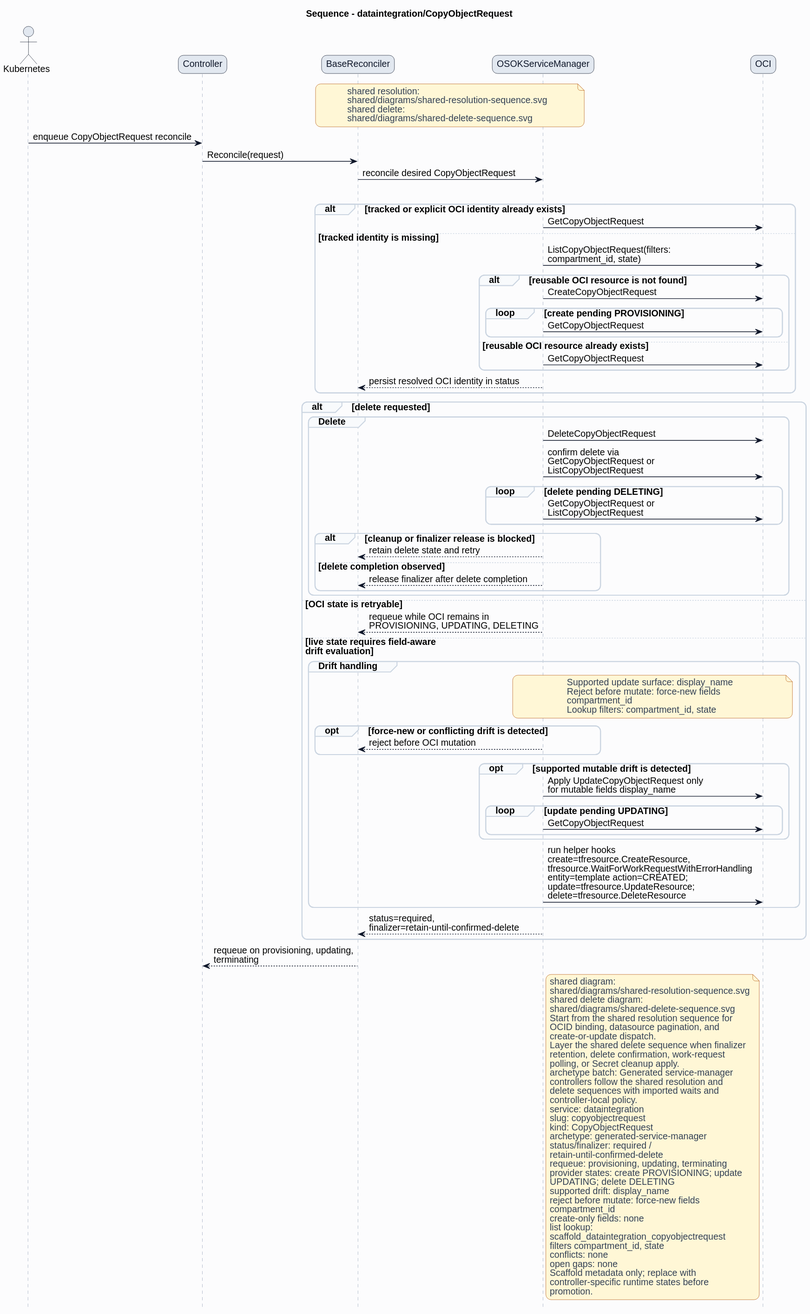
Above: formal/controllers/dataintegration/copyobjectrequest/diagrams/sequence.svg in HaoyL666/oci-service-operator (PlantUML), before the change. Its diagram source:
```plantuml
@startuml
skinparam shadowing false
skinparam backgroundColor #fcfcfd
skinparam defaultFontName Helvetica
skinparam defaultFontSize 14
skinparam arrowColor #0f172a
skinparam noteBackgroundColor #fff7d6
skinparam noteBorderColor #b45309
skinparam noteFontColor #334155
skinparam roundcorner 16
title Sequence - dataintegration/CopyObjectRequest
hide footbox
skinparam sequence {
  actorBorderColor #0f172a
  actorBackgroundColor #e2e8f0
  participantBorderColor #0f172a
  participantBackgroundColor #e2e8f0
  participantFontColor #0f172a
  lifeLineBorderColor #94a3b8
  groupBorderColor #cbd5e1
  groupBackgroundColor #f8fafc
}
actor Kubernetes
participant Controller
participant BaseReconciler
participant "OSOKServiceManager" as ServiceManager
participant OCI
note over BaseReconciler,ServiceManager
shared resolution:
shared/diagrams/shared-resolution-sequence.svg
shared delete:
shared/diagrams/shared-delete-sequence.svg
end note
Kubernetes -> Controller: enqueue CopyObjectRequest reconcile
Controller -> BaseReconciler: Reconcile(request)
BaseReconciler -> ServiceManager: reconcile desired CopyObjectRequest
group Lookup and bind
alt tracked or explicit OCI identity already exists
ServiceManager -> OCI: GetCopyObjectRequest
else tracked identity is missing
ServiceManager -> OCI: ListCopyObjectRequest(filters:\ncompartment_id, state)
alt reusable OCI resource is not found
ServiceManager -> OCI: CreateCopyObjectRequest
loop create pending PROVISIONING
ServiceManager -> OCI: GetCopyObjectRequest
end
else reusable OCI resource already exists
ServiceManager -> OCI: GetCopyObjectRequest
end
ServiceManager --> BaseReconciler: persist resolved OCI identity in status
end
alt delete requested
group Delete
ServiceManager -> OCI: DeleteCopyObjectRequest
ServiceManager -> OCI: confirm delete via\nGetCopyObjectRequest or\nListCopyObjectRequest
loop delete pending DELETING
ServiceManager -> OCI: GetCopyObjectRequest or\nListCopyObjectRequest
end
alt cleanup or finalizer release is blocked
ServiceManager --> BaseReconciler: retain delete state and retry
else delete completion observed
ServiceManager --> BaseReconciler: release finalizer after delete completion
end
end
else OCI state is retryable
ServiceManager --> BaseReconciler: requeue while OCI remains in\nPROVISIONING, UPDATING, DELETING
else live state requires field-aware\ndrift evaluation
group Drift handling
note over ServiceManager,OCI
Supported update surface: display_name
Reject before mutate: force-new fields
compartment_id
Lookup filters: compartment_id, state
end note
opt force-new or conflicting drift is detected
ServiceManager --> BaseReconciler: reject before OCI mutation
end
opt supported mutable drift is detected
ServiceManager -> OCI: Apply UpdateCopyObjectRequest only\nfor mutable fields display_name
loop update pending UPDATING
ServiceManager -> OCI: GetCopyObjectRequest
end
end
ServiceManager -> OCI: run helper hooks\ncreate=tfresource.CreateResource,\ntfresource.WaitForWorkRequestWithErrorHandling\nentity=template action=CREATED;\nupdate=tfresource.UpdateResource;\ndelete=tfresource.DeleteResource
end
ServiceManager --> BaseReconciler: status=required,\nfinalizer=retain-until-confirmed-delete
end
BaseReconciler --> Controller: requeue on provisioning, updating,\nterminating
note right of ServiceManager
shared diagram:
shared/diagrams/shared-resolution-sequence.svg
shared delete diagram:
shared/diagrams/shared-delete-sequence.svg
Start from the shared resolution sequence for
OCID binding, datasource pagination, and
create-or-update dispatch.
Layer the shared delete sequence when finalizer
retention, delete confirmation, work-request
polling, or Secret cleanup apply.
archetype batch: Generated service-manager
controllers follow the shared resolution and
delete sequences with imported waits and
controller-local policy.
service: dataintegration
slug: copyobjectrequest
kind: CopyObjectRequest
archetype: generated-service-manager
status/finalizer: required /
retain-until-confirmed-delete
requeue: provisioning, updating, terminating
provider states: create PROVISIONING; update
UPDATING; delete DELETING
supported drift: display_name
reject before mutate: force-new fields
compartment_id
create-only fields: none
list lookup:
scaffold_dataintegration_copyobjectrequest
filters compartment_id, state
conflicts: none
open gaps: none
Scaffold metadata only; replace with
controller-specific runtime states before
promotion.
end note
@enduml
```
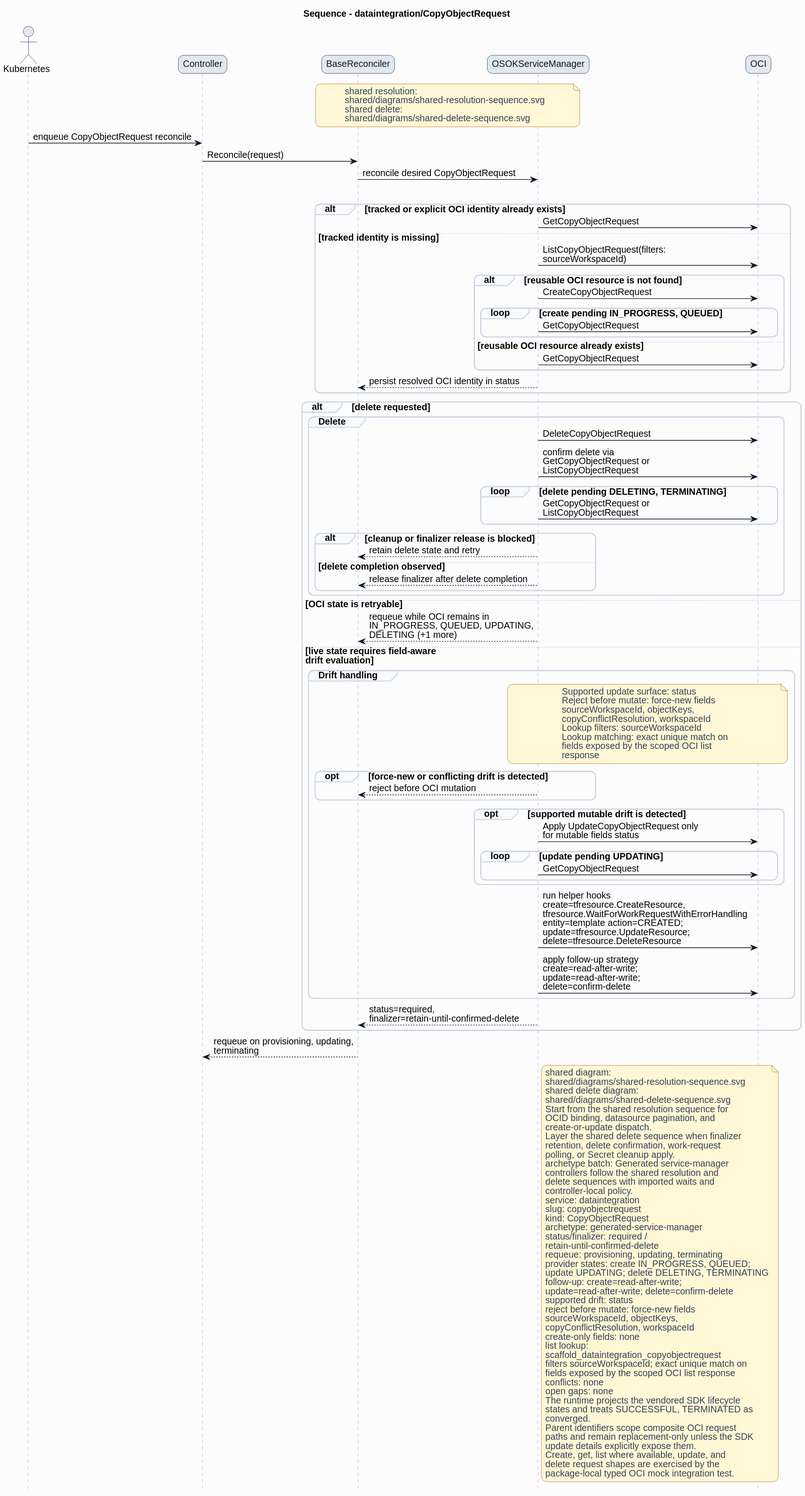
Above is the later version.

Change to the diagram source:
```diff
@@ -38,10 +38,10 @@
 alt tracked or explicit OCI identity already exists
 ServiceManager -> OCI: GetCopyObjectRequest
 else tracked identity is missing
-ServiceManager -> OCI: ListCopyObjectRequest(filters:\ncompartment_id, state)
+ServiceManager -> OCI: ListCopyObjectRequest(filters:\nsourceWorkspaceId)
 alt reusable OCI resource is not found
 ServiceManager -> OCI: CreateCopyObjectRequest
-loop create pending PROVISIONING
+loop create pending IN_PROGRESS, QUEUED
 ServiceManager -> OCI: GetCopyObjectRequest
 end
 else reusable OCI resource already exists
@@ -53,7 +53,7 @@
 group Delete
 ServiceManager -> OCI: DeleteCopyObjectRequest
 ServiceManager -> OCI: confirm delete via\nGetCopyObjectRequest or\nListCopyObjectRequest
-loop delete pending DELETING
+loop delete pending DELETING, TERMINATING
 ServiceManager -> OCI: GetCopyObjectRequest or\nListCopyObjectRequest
 end
 alt cleanup or finalizer release is blocked
@@ -63,25 +63,30 @@
 end
 end
 else OCI state is retryable
-ServiceManager --> BaseReconciler: requeue while OCI remains in\nPROVISIONING, UPDATING, DELETING
+ServiceManager --> BaseReconciler: requeue while OCI remains in\nIN_PROGRESS, QUEUED, UPDATING,\nDELETING (+1 more)
 else live state requires field-aware\ndrift evaluation
 group Drift handling
 note over ServiceManager,OCI
-Supported update surface: display_name
+Supported update surface: status
 Reject before mutate: force-new fields
-compartment_id
-Lookup filters: compartment_id, state
+sourceWorkspaceId, objectKeys,
+copyConflictResolution, workspaceId
+Lookup filters: sourceWorkspaceId
+Lookup matching: exact unique match on
+fields exposed by the scoped OCI list
+response
 end note
 opt force-new or conflicting drift is detected
 ServiceManager --> BaseReconciler: reject before OCI mutation
 end
 opt supported mutable drift is detected
-ServiceManager -> OCI: Apply UpdateCopyObjectRequest only\nfor mutable fields display_name
+ServiceManager -> OCI: Apply UpdateCopyObjectRequest only\nfor mutable fields status
 loop update pending UPDATING
 ServiceManager -> OCI: GetCopyObjectRequest
 end
 end
 ServiceManager -> OCI: run helper hooks\ncreate=tfresource.CreateResource,\ntfresource.WaitForWorkRequestWithErrorHandling\nentity=template action=CREATED;\nupdate=tfresource.UpdateResource;\ndelete=tfresource.DeleteResource
+ServiceManager -> OCI: apply follow-up strategy\ncreate=read-after-write;\nupdate=read-after-write;\ndelete=confirm-delete
 end
 ServiceManager --> BaseReconciler: status=required,\nfinalizer=retain-until-confirmed-delete
 end
@@ -108,19 +113,29 @@
 status/finalizer: required /
 retain-until-confirmed-delete
 requeue: provisioning, updating, terminating
-provider states: create PROVISIONING; update
-UPDATING; delete DELETING
-supported drift: display_name
+provider states: create IN_PROGRESS, QUEUED;
+update UPDATING; delete DELETING, TERMINATING
+follow-up: create=read-after-write;
+update=read-after-write; delete=confirm-delete
+supported drift: status
 reject before mutate: force-new fields
-compartment_id
+sourceWorkspaceId, objectKeys,
+copyConflictResolution, workspaceId
 create-only fields: none
 list lookup:
 scaffold_dataintegration_copyobjectrequest
-filters compartment_id, state
+filters sourceWorkspaceId; exact unique match on
+fields exposed by the scoped OCI list response
 conflicts: none
 open gaps: none
-Scaffold metadata only; replace with
-controller-specific runtime states before
-promotion.
+The runtime projects the vendored SDK lifecycle
+states and treats SUCCESSFUL, TERMINATED as
+converged.
+Parent identifiers scope composite OCI request
+paths and remain replacement-only unless the SDK
+update details explicitly expose them.
+Create, get, list where available, update, and
+delete request shapes are exercised by the
+package-local typed OCI mock integration test.
 end note
 @enduml
```
